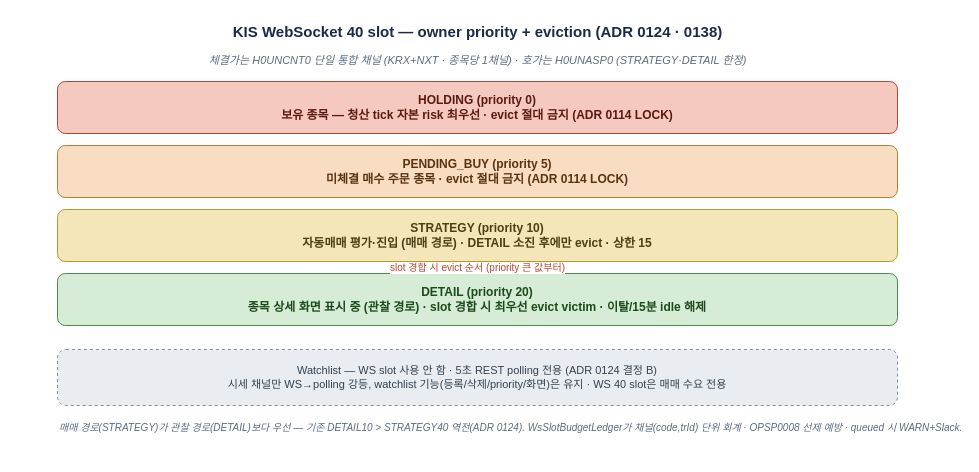
Before: docs/architecture/diagrams/onboarding-ws-owner-priority.drawio in sp-daewoon/magicJar, a draw.io diagram. Source tidied: cells renumbered, new cells numbered last; positions are measured from the earlier drawing's top-left corner, leaving out a move shared by most shapes. Both pictures are drawn from the tidied source at 100%, with x=0, y=0 at pixel (17, 17).
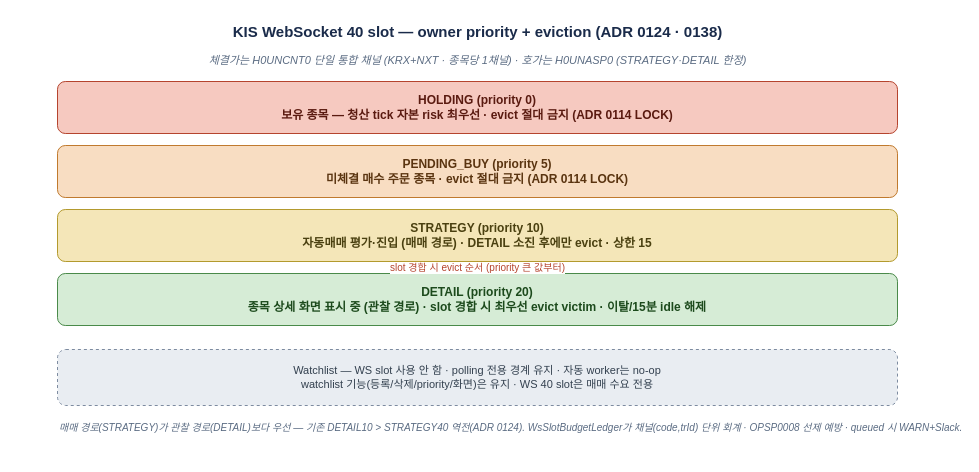
The same page after the edit.

Commit message (it also covers changes not shown here):
docs(architecture): resolve onboarding factual blockers

What changed in the source:
```diff
@@
 <mxGraphModel>
   <root>
     <mxCell id="0" />
     <mxCell id="1" parent="0" />
     <mxCell id="2" value="KIS WebSocket 40 slot — owner priority + eviction (ADR 0124 · 0138)" style="text;html=1;fontSize=15;fontStyle=1;align=center;verticalAlign=middle;fillColor=none;fontColor=#1a2b4a;" parent="1" vertex="1">
       <mxGeometry width="920" height="28" as="geometry" />
     </mxCell>
     <mxCell id="3" value="체결가는 H0UNCNT0 단일 통합 채널 (KRX+NXT · 종목당 1채널) · 호가는 H0UNASP0 (STRATEGY·DETAIL 한정)" style="text;html=1;fontSize=11;fontStyle=2;align=center;fillColor=none;fontColor=#5a6b82;" parent="1" vertex="1">
       <mxGeometry y="30" width="920" height="18" as="geometry" />
     </mxCell>
     <mxCell id="4" value="HOLDING (priority 0)&#10;보유 종목 — 청산 tick 자본 risk 최우선 · evict 절대 금지 (ADR 0114 LOCK)" style="rounded=1;whiteSpace=wrap;html=1;fillColor=#f6c9c0;strokeColor=#b5442e;fontColor=#5a1a10;fontSize=12;fontStyle=1;verticalAlign=middle;" parent="1" vertex="1">
       <mxGeometry x="40" y="64" width="840" height="52" as="geometry" />
     </mxCell>
     <mxCell id="5" value="PENDING_BUY (priority 5)&#10;미체결 매수 주문 종목 · evict 절대 금지 (ADR 0114 LOCK)" style="rounded=1;whiteSpace=wrap;html=1;fillColor=#f8ddc2;strokeColor=#c07a2e;fontColor=#5a3410;fontSize=12;fontStyle=1;verticalAlign=middle;" parent="1" vertex="1">
       <mxGeometry x="40" y="128" width="840" height="52" as="geometry" />
     </mxCell>
     <mxCell id="6" value="STRATEGY (priority 10)&#10;자동매매 평가·진입 (매매 경로) · DETAIL 소진 후에만 evict · 상한 15" style="rounded=1;whiteSpace=wrap;html=1;fillColor=#f4e6b8;strokeColor=#b39a2e;fontColor=#4a4010;fontSize=12;fontStyle=1;verticalAlign=middle;" parent="1" vertex="1">
       <mxGeometry x="40" y="192" width="840" height="52" as="geometry" />
     </mxCell>
     <mxCell id="7" value="DETAIL (priority 20)&#10;종목 상세 화면 표시 중 (관찰 경로) · slot 경합 시 최우선 evict victim · 이탈/15분 idle 해제" style="rounded=1;whiteSpace=wrap;html=1;fillColor=#d6ecd6;strokeColor=#4a8a4a;fontColor=#1c4a1c;fontSize=12;fontStyle=1;verticalAlign=middle;" parent="1" vertex="1">
       <mxGeometry x="40" y="256" width="840" height="52" as="geometry" />
     </mxCell>
     <mxCell id="8" value="slot 경합 시 evict 순서 (priority 큰 값부터)" style="endArrow=block;html=1;strokeWidth=2;strokeColor=#b5442e;fontSize=10;fontColor=#b5442e;" parent="1" edge="1" source="7" target="6">
       <mxGeometry relative="1" as="geometry" />
     </mxCell>
-    <mxCell id="9" value="Watchlist — WS slot 사용 안 함 · 5초 REST polling 전용 (ADR 0124 결정 B)&#10;시세 채널만 WS→polling 강등, watchlist 기능(등록/삭제/priority/화면)은 유지 · WS 40 slot은 매매 수요 전용" style="rounded=1;whiteSpace=wrap;html=1;fillColor=#e9edf2;strokeColor=#7d8ba0;fontColor=#33404f;fontSize=11;dashed=1;verticalAlign=middle;" parent="1" vertex="1">
+    <mxCell id="9" value="Watchlist — WS slot 사용 안 함 · polling 전용 경계 유지 · 자동 worker는 no-op&#10;watchlist 기능(등록/삭제/priority/화면)은 유지 · WS 40 slot은 매매 수요 전용" style="rounded=1;whiteSpace=wrap;html=1;fillColor=#e9edf2;strokeColor=#7d8ba0;fontColor=#33404f;fontSize=11;dashed=1;verticalAlign=middle;" parent="1" vertex="1">
       <mxGeometry x="40" y="332" width="840" height="56" as="geometry" />
     </mxCell>
     <mxCell id="10" value="매매 경로(STRATEGY)가 관찰 경로(DETAIL)보다 우선 — 기존 DETAIL10 &gt; STRATEGY40 역전(ADR 0124). WsSlotBudgetLedger가 채널(code,trId) 단위 회계 · OPSP0008 선제 예방 · queued 시 WARN+Slack." style="text;html=1;fontSize=10;fontStyle=2;align=left;fillColor=none;fontColor=#5a6b82;" parent="1" vertex="1">
       <mxGeometry x="40" y="398" width="840" height="40" as="geometry" />
     </mxCell>
   </root>
 </mxGraphModel>
```
